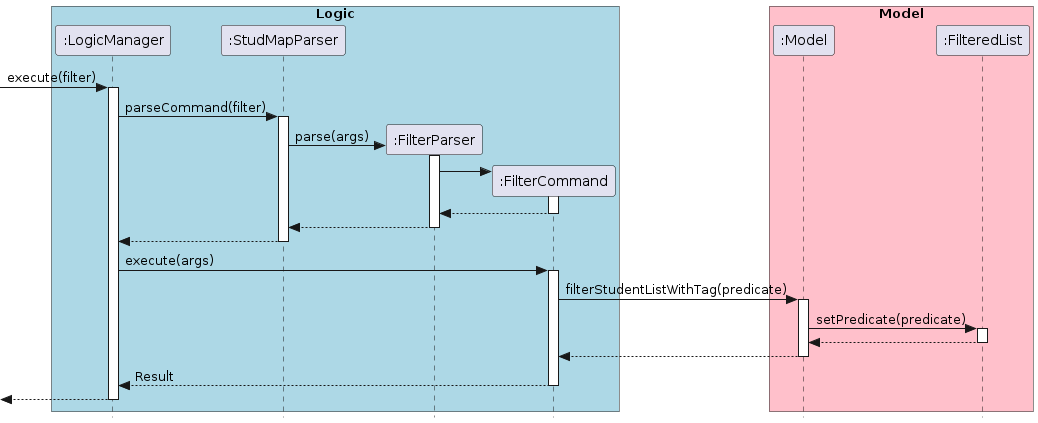
Before: docs/images/FilterCommandSequenceDiagram.png, a diagram exported from PlantUML (nus-cs2103-AY2223S1/tp).
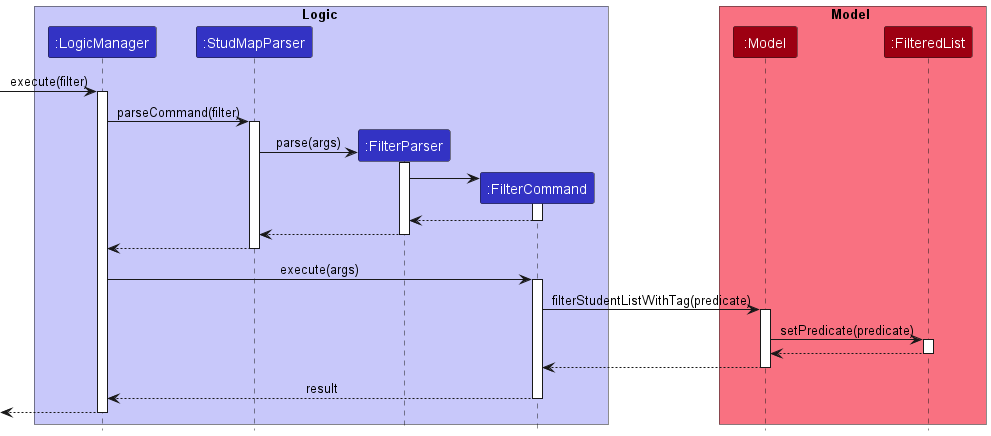
After the change.

The edit, as a diff of the source:
```diff
@@ -1,15 +1,16 @@
 @startuml
-skinparam style strictuml
-box "Logic" #LightBlue
-participant ":LogicManager" as LM
-participant ":StudMapParser" as ABParser
-participant ":FilterParser" as FParser
-participant ":FilterCommand" as FilterCommand
+!include style.puml
+
+box Logic LOGIC_COLOR_T1
+participant ":LogicManager" as LM LOGIC_COLOR
+participant ":StudMapParser" as ABParser LOGIC_COLOR
+participant ":FilterParser" as FParser LOGIC_COLOR
+participant ":FilterCommand" as FilterCommand LOGIC_COLOR
 end box
 
-box "Model" #Pink
-participant ":Model" as Model
-participant ":FilteredList" as FL
+box Model MODEL_COLOR_T1
+participant ":Model" as Model MODEL_COLOR
+participant ":FilteredList" as FL MODEL_COLOR
 end box
 
 [-> LM : execute(filter)
@@ -48,7 +49,7 @@
 Model --> FilterCommand
 deactivate Model
 
-FilterCommand --> LM : Result
+FilterCommand --> LM : result
 deactivate FilterCommand
 
 [<--LM
```
